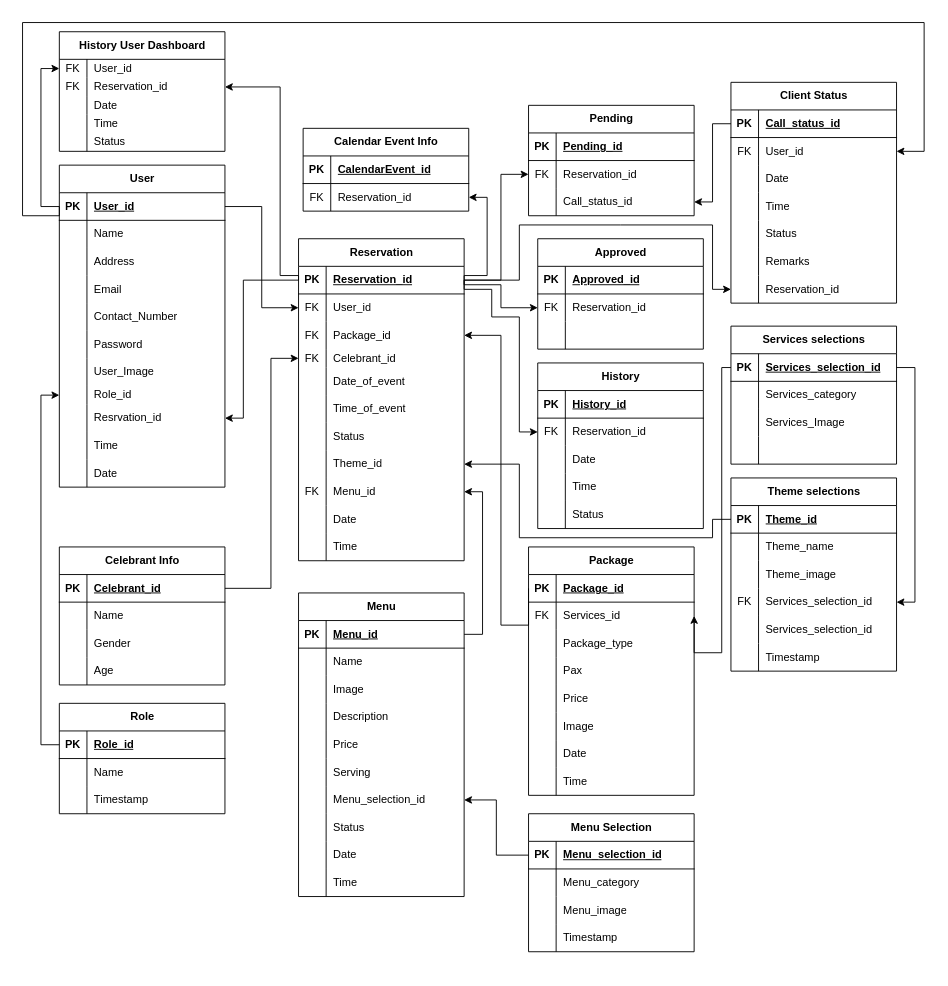
Above: Untitled Diagram.drawio in jcedriciglesias/Mihanz-Catering-Redo (draw.io), before the change. Source tidied: cells renumbered, new cells numbered last; positions are measured from the earlier drawing's top-left corner, leaving out a move shared by most shapes. Both pictures are drawn from the tidied source at 92%, with x=0, y=0 at pixel (22, 22).
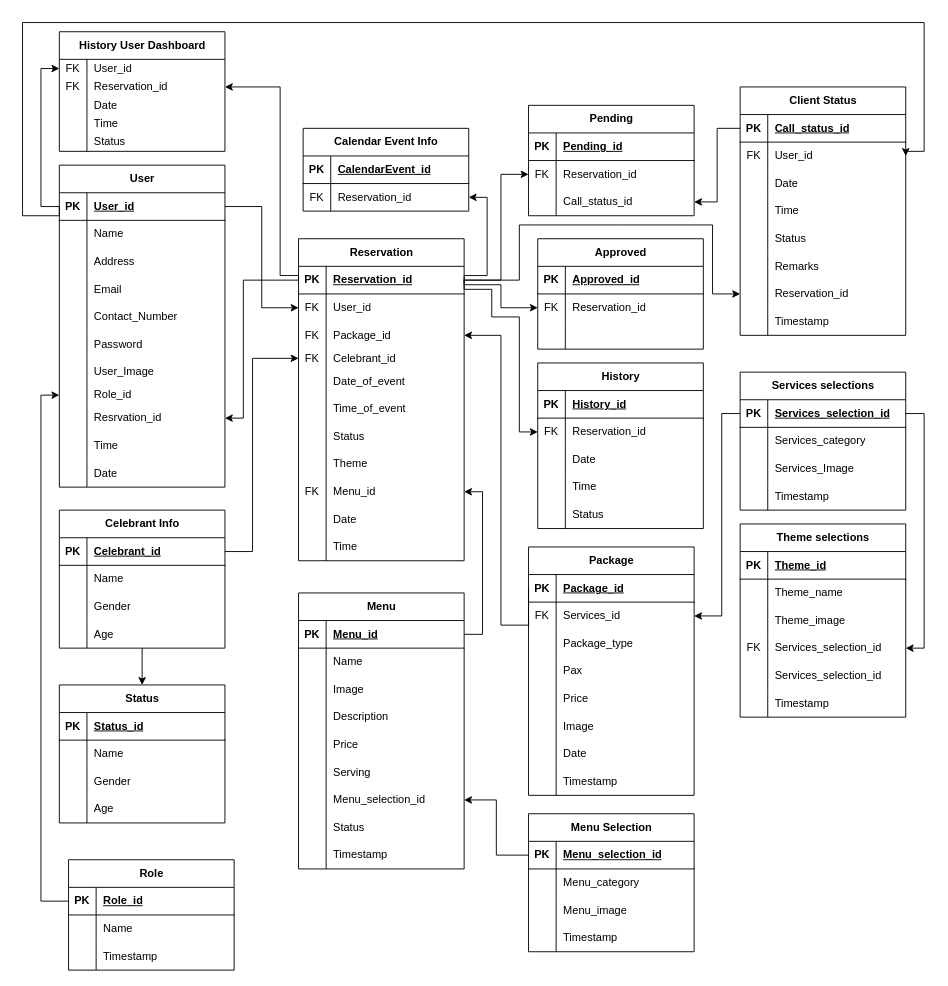
Above is the later version.

The change refers to these unchanged cells:
```xml
<mxCell id="37" style="shape=tableRow;horizontal=0;startSize=0;swimlaneHead=0;swimlaneBody=0;fillColor=none;points=[[0,0.5],[1,0.5]];portConstraint=eastwest;top=0;left=0;right=0;bottom=1;" parent="36" vertex="1">
  <mxGeometry y="30" width="180" height="30" as="geometry" />
</mxCell>
<mxCell id="46" style="shape=tableRow;horizontal=0;startSize=0;swimlaneHead=0;swimlaneBody=0;fillColor=none;points=[[0,0.5],[1,0.5]];portConstraint=eastwest;top=0;left=0;right=0;bottom=0;" parent="36" vertex="1">
  <mxGeometry y="120" width="180" height="20" as="geometry" />
</mxCell>
<mxCell id="58" style="shape=tableRow;horizontal=0;startSize=0;swimlaneHead=0;swimlaneBody=0;fillColor=none;points=[[0,0.5],[1,0.5]];portConstraint=eastwest;top=0;left=0;right=0;bottom=0;" parent="36" vertex="1">
  <mxGeometry y="230" width="180" height="30" as="geometry" />
</mxCell>
<mxCell id="140" style="shape=tableRow;horizontal=0;startSize=0;swimlaneHead=0;swimlaneBody=0;fillColor=none;points=[[0,0.5],[1,0.5]];portConstraint=eastwest;top=0;left=0;right=0;bottom=0;" parent="121" vertex="1">
  <mxGeometry y="210" width="180" height="30" as="geometry" />
</mxCell>
<mxCell id="148" style="shape=tableRow;horizontal=0;startSize=0;swimlaneHead=0;swimlaneBody=0;fillColor=none;points=[[0,0.5],[1,0.5]];portConstraint=eastwest;top=0;left=0;right=0;bottom=0;" parent="144" vertex="1">
  <mxGeometry y="60" width="180" height="30" as="geometry" />
</mxCell>
<mxCell id="166" style="shape=tableRow;horizontal=0;startSize=0;swimlaneHead=0;swimlaneBody=0;fillColor=none;top=0;left=0;right=0;bottom=0;" parent="144" vertex="1">
  <mxGeometry y="240" width="180" height="30" as="geometry" />
</mxCell>
<mxCell id="170" style="shape=tableRow;horizontal=0;startSize=0;swimlaneHead=0;swimlaneBody=0;fillColor=none;points=[[0,0.5],[1,0.5]];portConstraint=eastwest;top=0;left=0;right=0;bottom=1;" parent="169" vertex="1">
  <mxGeometry y="30" width="180" height="30" as="geometry" />
</mxCell>
<mxCell id="179" style="shape=tableRow;horizontal=0;startSize=0;swimlaneHead=0;swimlaneBody=0;fillColor=none;top=0;left=0;right=0;bottom=0;" parent="169" vertex="1">
  <mxGeometry y="120" width="180" height="30" as="geometry" />
</mxCell>
<mxCell id="183" style="shape=tableRow;horizontal=0;startSize=0;swimlaneHead=0;swimlaneBody=0;fillColor=none;points=[[0,0.5],[1,0.5]];portConstraint=eastwest;top=0;left=0;right=0;bottom=1;" parent="182" vertex="1">
  <mxGeometry y="30" width="180" height="30" as="geometry" />
</mxCell>
<mxCell id="251" style="shape=tableRow;horizontal=0;startSize=0;swimlaneHead=0;swimlaneBody=0;fillColor=none;points=[[0,0.5],[1,0.5]];portConstraint=eastwest;top=0;left=0;right=0;bottom=1;" parent="250" vertex="1">
  <mxGeometry y="30" width="180" height="30" as="geometry" />
</mxCell>
```

Diff of the diagram source:
```diff
@@
-    <mxCell id="60" value="Theme_id" style="shape=partialRectangle;fillColor=none;top=0;left=0;bottom=0;right=0;align=left;spacingLeft=6;overflow=hidden;whiteSpace=wrap;html=1;" parent="58" vertex="1">
+    <mxCell id="60" value="Theme" style="shape=partialRectangle;fillColor=none;top=0;left=0;bottom=0;right=0;align=left;spacingLeft=6;overflow=hidden;whiteSpace=wrap;html=1;" parent="58" vertex="1">
       <mxGeometry x="30" width="150" height="30" as="geometry" />
     </mxCell>
@@
     <mxCell id="89" value="Menu" style="shape=table;startSize=30;childLayout=tableLayout;rowLines=0;fontStyle=1;align=center;html=1;" parent="1" vertex="1">
-      <mxGeometry x="300" y="620" width="180" height="330" as="geometry" />
+      <mxGeometry x="300" y="620" width="180" height="300" as="geometry" />
     </mxCell>
@@
-    <mxCell id="114" style="shape=tableRow;horizontal=0;startSize=0;swimlaneHead=0;swimlaneBody=0;fillColor=none;top=0;left=0;right=0;bottom=0;" parent="89" vertex="1">
-      <mxGeometry y="270" width="180" height="30" as="geometry" />
-    </mxCell>
-    <mxCell id="115" style="shape=partialRectangle;fillColor=none;top=0;left=0;bottom=0;right=0;overflow=hidden;whiteSpace=wrap;html=1;" parent="114" vertex="1">
-      <mxGeometry width="30" height="30" as="geometry" />
-    </mxCell>
-    <mxCell id="116" value="Date" style="shape=partialRectangle;fillColor=none;top=0;left=0;bottom=0;right=0;align=left;spacingLeft=6;overflow=hidden;whiteSpace=wrap;html=1;" parent="114" vertex="1">
-      <mxGeometry x="30" width="150" height="30" as="geometry" />
-    </mxCell>
     <mxCell id="117" style="shape=tableRow;horizontal=0;startSize=0;swimlaneHead=0;swimlaneBody=0;fillColor=none;top=0;left=0;right=0;bottom=0;" parent="89" vertex="1">
-      <mxGeometry y="300" width="180" height="30" as="geometry" />
+      <mxGeometry y="270" width="180" height="30" as="geometry" />
     </mxCell>
@@
-    <mxCell id="119" value="Time" style="shape=partialRectangle;fillColor=none;top=0;left=0;bottom=0;right=0;align=left;spacingLeft=6;overflow=hidden;whiteSpace=wrap;html=1;" parent="117" vertex="1">
+    <mxCell id="119" value="Timestamp" style="shape=partialRectangle;fillColor=none;top=0;left=0;bottom=0;right=0;align=left;spacingLeft=6;overflow=hidden;whiteSpace=wrap;html=1;" parent="117" vertex="1">
       <mxGeometry x="30" width="150" height="30" as="geometry" />
     </mxCell>
@@
     <mxCell id="121" value="Client Status" style="shape=table;startSize=30;childLayout=tableLayout;rowLines=0;fontStyle=1;align=center;html=1;" parent="1" vertex="1">
-      <mxGeometry x="770" y="65" width="180" height="240" as="geometry" />
+      <mxGeometry x="780" y="70" width="180" height="270" as="geometry" />
     </mxCell>
@@
+    <mxCell id="294" style="shape=tableRow;horizontal=0;startSize=0;swimlaneHead=0;swimlaneBody=0;fillColor=none;top=0;left=0;right=0;bottom=0;" parent="121" vertex="1">
+      <mxGeometry y="240" width="180" height="30" as="geometry" />
+    </mxCell>
+    <mxCell id="295" style="shape=partialRectangle;fillColor=none;top=0;left=0;bottom=0;right=0;overflow=hidden;whiteSpace=wrap;html=1;" parent="294" vertex="1">
+      <mxGeometry width="30" height="30" as="geometry" />
+    </mxCell>
+    <mxCell id="296" value="Timestamp" style="shape=partialRectangle;fillColor=none;top=0;left=0;bottom=0;right=0;align=left;spacingLeft=6;overflow=hidden;whiteSpace=wrap;html=1;" parent="294" vertex="1">
+      <mxGeometry x="30" width="150" height="30" as="geometry" />
+    </mxCell>
@@
-    <mxCell id="168" value="Time" style="shape=partialRectangle;fillColor=none;top=0;left=0;bottom=0;right=0;align=left;spacingLeft=6;overflow=hidden;whiteSpace=wrap;html=1;" parent="166" vertex="1">
+    <mxCell id="168" value="Timestamp" style="shape=partialRectangle;fillColor=none;top=0;left=0;bottom=0;right=0;align=left;spacingLeft=6;overflow=hidden;whiteSpace=wrap;html=1;" parent="166" vertex="1">
       <mxGeometry x="30" width="150" height="30" as="geometry" />
     </mxCell>
     <mxCell id="169" value="Services selections" style="shape=table;startSize=30;childLayout=tableLayout;rowLines=0;fontStyle=1;align=center;html=1;" parent="1" vertex="1">
-      <mxGeometry x="770" y="330" width="180" height="150" as="geometry" />
+      <mxGeometry x="780" y="380" width="180" height="150" as="geometry" />
     </mxCell>
@@
-    <mxCell id="181" style="shape=partialRectangle;fillColor=none;top=0;left=0;bottom=0;right=0;align=left;spacingLeft=6;overflow=hidden;whiteSpace=wrap;html=1;" parent="179" vertex="1">
+    <mxCell id="181" value="Timestamp" style="shape=partialRectangle;fillColor=none;top=0;left=0;bottom=0;right=0;align=left;spacingLeft=6;overflow=hidden;whiteSpace=wrap;html=1;" parent="179" vertex="1">
       <mxGeometry x="30" width="150" height="30" as="geometry" />
     </mxCell>
     <mxCell id="182" value="Theme selections" style="shape=table;startSize=30;childLayout=tableLayout;rowLines=0;fontStyle=1;align=center;html=1;" parent="1" vertex="1">
-      <mxGeometry x="770" y="495" width="180" height="210" as="geometry" />
+      <mxGeometry x="780" y="545" width="180" height="210" as="geometry" />
     </mxCell>
@@
+    <mxCell id="297" style="edgeStyle=orthogonalEdgeStyle;rounded=0;jettySize=auto;html=1;" parent="1" edge="1" source="250" target="298">
+      <mxGeometry relative="1" as="geometry" />
+    </mxCell>
     <mxCell id="250" value="Celebrant Info" style="shape=table;startSize=30;childLayout=tableLayout;rowLines=0;fontStyle=1;align=center;html=1;" parent="1" vertex="1">
-      <mxGeometry x="40" y="570" width="180" height="150" as="geometry" />
+      <mxGeometry x="40" y="530" width="180" height="150" as="geometry" />
     </mxCell>
@@
     <mxCell id="263" style="edgeStyle=orthogonalEdgeStyle;rounded=0;jettySize=auto;html=1;exitX=1;exitY=0.5;exitDx=0;exitDy=0;" parent="1" edge="1" source="251" target="46">
       <mxGeometry relative="1" as="geometry">
         <Array as="points">
-          <mxPoint x="270" y="615" />
-          <mxPoint x="270" y="365" />
+          <mxPoint x="250" y="575" />
+          <mxPoint x="250" y="365" />
         </Array>
       </mxGeometry>
     </mxCell>
     <mxCell id="264" value="Role" style="shape=table;startSize=30;childLayout=tableLayout;rowLines=0;fontStyle=1;align=center;html=1;" parent="1" vertex="1">
-      <mxGeometry x="40" y="740" width="180" height="120" as="geometry" />
+      <mxGeometry x="50" y="910" width="180" height="120" as="geometry" />
     </mxCell>
@@
     <mxCell id="288" style="edgeStyle=orthogonalEdgeStyle;rounded=0;jettySize=auto;html=1;exitX=0;exitY=0.5;exitDx=0;exitDy=0;entryX=1;entryY=0.5;entryDx=0;entryDy=0;" parent="1" edge="1" source="170" target="148">
       <mxGeometry relative="1" as="geometry">
         <Array as="points">
-          <mxPoint x="760" y="375" />
-          <mxPoint x="760" y="685" />
+          <mxPoint x="760" y="425" />
+          <mxPoint x="760" y="645" />
         </Array>
       </mxGeometry>
     </mxCell>
@@
-    <mxCell id="291" style="edgeStyle=orthogonalEdgeStyle;rounded=0;jettySize=auto;html=1;exitX=0;exitY=0.5;exitDx=0;exitDy=0;entryX=1;entryY=0.5;entryDx=0;entryDy=0;" parent="1" edge="1" source="183" target="58">
-      <mxGeometry relative="1" as="geometry">
-        <Array as="points">
-          <mxPoint x="750" y="540" />
-          <mxPoint x="750" y="560" />
-          <mxPoint x="540" y="560" />
-          <mxPoint x="540" y="480" />
-        </Array>
-      </mxGeometry>
-    </mxCell>
     <mxCell id="292" style="endArrow=classic;html=1;rounded=0;exitX=1;exitY=0.5;exitDx=0;exitDy=0;entryX=0;entryY=0.5;entryDx=0;entryDy=0;" parent="1" edge="1" source="37" target="140">
       <mxGeometry relative="1" as="geometry">
         <Array as="points">
           <mxPoint x="540" y="280" />
           <mxPoint x="540" y="220" />
           <mxPoint x="650" y="220" />
           <mxPoint x="750" y="220" />
-          <mxPoint x="750" y="290" />
+          <mxPoint x="750" y="295" />
         </Array>
       </mxGeometry>
     </mxCell>
@@
+    <mxCell id="298" value="Status" style="shape=table;startSize=30;childLayout=tableLayout;rowLines=0;fontStyle=1;align=center;html=1;" parent="1" vertex="1">
+      <mxGeometry x="40" y="720" width="180" height="150" as="geometry" />
+    </mxCell>
+    <mxCell id="299" style="shape=tableRow;horizontal=0;startSize=0;swimlaneHead=0;swimlaneBody=0;fillColor=none;top=0;left=0;right=0;bottom=1;" parent="298" vertex="1">
+      <mxGeometry y="30" width="180" height="30" as="geometry" />
+    </mxCell>
+    <mxCell id="300" value="PK" style="shape=partialRectangle;fillColor=none;top=0;left=0;bottom=0;right=0;fontStyle=1;overflow=hidden;whiteSpace=wrap;html=1;" parent="299" vertex="1">
+      <mxGeometry width="30" height="30" as="geometry" />
+    </mxCell>
+    <mxCell id="301" value="Status_id" style="shape=partialRectangle;fillColor=none;top=0;left=0;bottom=0;right=0;align=left;spacingLeft=6;fontStyle=5;overflow=hidden;whiteSpace=wrap;html=1;" parent="299" vertex="1">
+      <mxGeometry x="30" width="150" height="30" as="geometry" />
+    </mxCell>
+    <mxCell id="302" style="shape=tableRow;horizontal=0;startSize=0;swimlaneHead=0;swimlaneBody=0;fillColor=none;top=0;left=0;right=0;bottom=0;" parent="298" vertex="1">
+      <mxGeometry y="60" width="180" height="30" as="geometry" />
+    </mxCell>
+    <mxCell id="303" style="shape=partialRectangle;fillColor=none;top=0;left=0;bottom=0;right=0;overflow=hidden;whiteSpace=wrap;html=1;" parent="302" vertex="1">
+      <mxGeometry width="30" height="30" as="geometry" />
+    </mxCell>
+    <mxCell id="304" value="Name" style="shape=partialRectangle;fillColor=none;top=0;left=0;bottom=0;right=0;align=left;spacingLeft=6;overflow=hidden;whiteSpace=wrap;html=1;" parent="302" vertex="1">
+      <mxGeometry x="30" width="150" height="30" as="geometry" />
+    </mxCell>
+    <mxCell id="305" style="shape=tableRow;horizontal=0;startSize=0;swimlaneHead=0;swimlaneBody=0;fillColor=none;top=0;left=0;right=0;bottom=0;" parent="298" vertex="1">
+      <mxGeometry y="90" width="180" height="30" as="geometry" />
+    </mxCell>
+    <mxCell id="306" style="shape=partialRectangle;fillColor=none;top=0;left=0;bottom=0;right=0;overflow=hidden;whiteSpace=wrap;html=1;" parent="305" vertex="1">
+      <mxGeometry width="30" height="30" as="geometry" />
+    </mxCell>
+    <mxCell id="307" value="Gender" style="shape=partialRectangle;fillColor=none;top=0;left=0;bottom=0;right=0;align=left;spacingLeft=6;overflow=hidden;whiteSpace=wrap;html=1;" parent="305" vertex="1">
+      <mxGeometry x="30" width="150" height="30" as="geometry" />
+    </mxCell>
+    <mxCell id="308" style="shape=tableRow;horizontal=0;startSize=0;swimlaneHead=0;swimlaneBody=0;fillColor=none;top=0;left=0;right=0;bottom=0;" parent="298" vertex="1">
+      <mxGeometry y="120" width="180" height="30" as="geometry" />
+    </mxCell>
+    <mxCell id="309" style="shape=partialRectangle;fillColor=none;top=0;left=0;bottom=0;right=0;overflow=hidden;whiteSpace=wrap;html=1;" parent="308" vertex="1">
+      <mxGeometry width="30" height="30" as="geometry" />
+    </mxCell>
+    <mxCell id="310" value="Age" style="shape=partialRectangle;fillColor=none;top=0;left=0;bottom=0;right=0;align=left;spacingLeft=6;overflow=hidden;whiteSpace=wrap;html=1;" parent="308" vertex="1">
+      <mxGeometry x="30" width="150" height="30" as="geometry" />
+    </mxCell>
```
